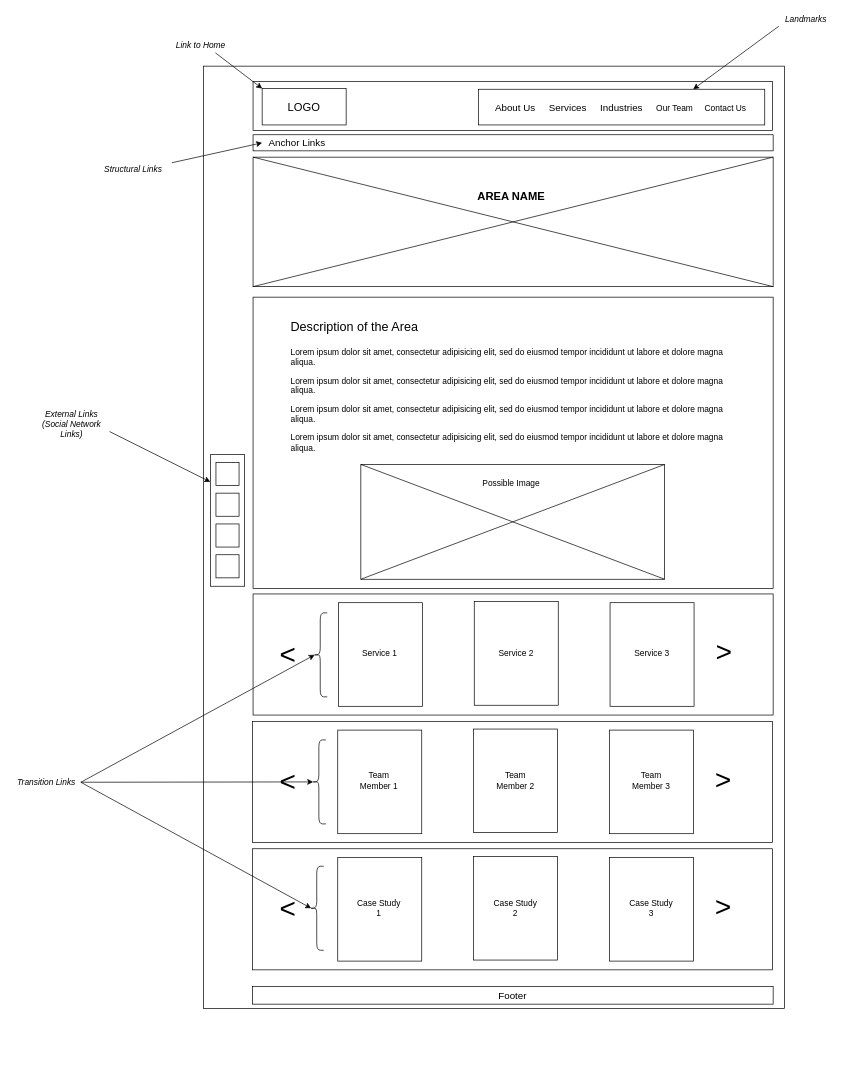
The draw.io diagram Design Documents/Frameworks/Areas.drawio in manzomanze/HypermediaApplicationsProject-Manzella-Messuti-Pelagatti-Pellizzer, before the edit. Source tidied: cells renumbered, new cells numbered last; positions are measured from the earlier drawing's top-left corner, leaving out a move shared by most shapes. Both pictures are drawn from the tidied source at 70%, with x=0, y=0 at pixel (12, 12).
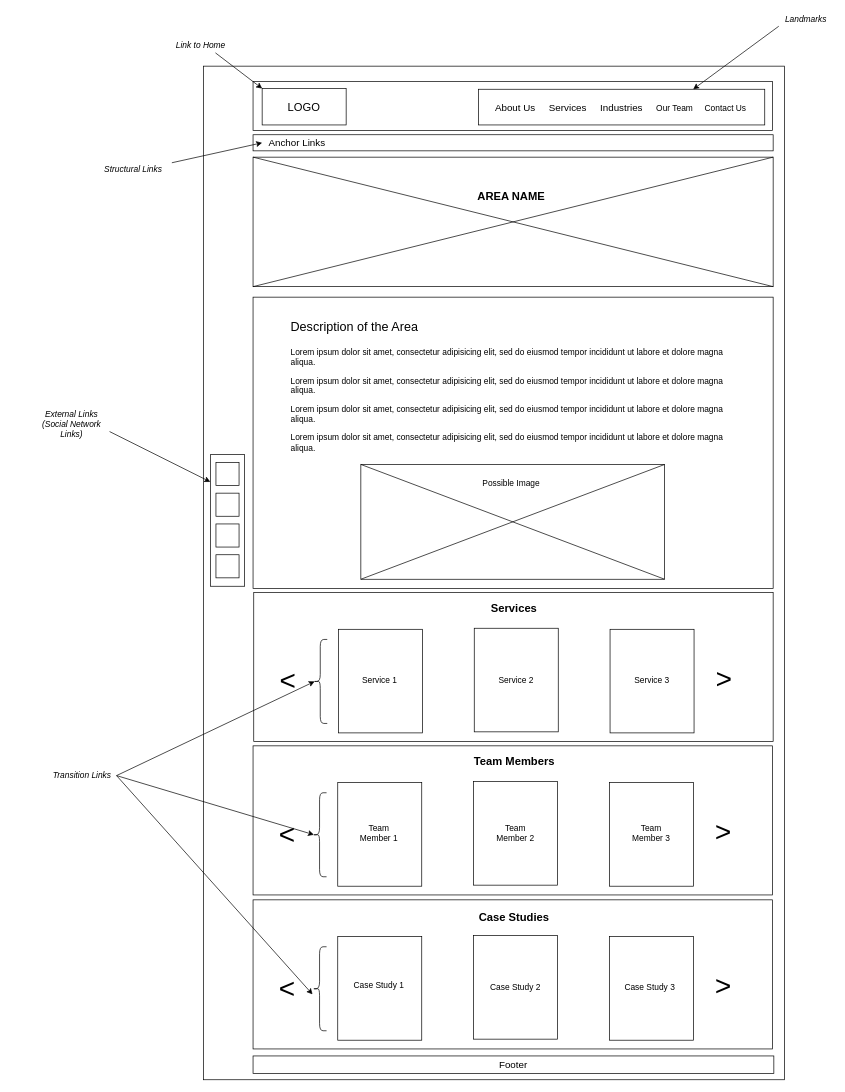
The same diagram, later.

What changed in the source:
```diff
@@
     <mxCell id="2" style="rounded=0;whiteSpace=wrap;html=1;fillColor=none;" parent="1" vertex="1">
-      <mxGeometry x="273" y="77" width="830" height="1346" as="geometry" />
+      <mxGeometry x="273" y="77" width="830" height="1448" as="geometry" />
     </mxCell>
@@
     <mxCell id="25" style="rounded=0;whiteSpace=wrap;html=1;fillColor=none;strokeColor=#000000;" parent="1" vertex="1">
-      <mxGeometry x="344" y="831" width="743" height="173" as="geometry" />
+      <mxGeometry x="345" y="829" width="742" height="213" as="geometry" />
     </mxCell>
     <mxCell id="26" style="rounded=0;whiteSpace=wrap;html=1;fillColor=none;strokeColor=#000000;" parent="1" vertex="1">
-      <mxGeometry x="466" y="843.5" width="120" height="148" as="geometry" />
+      <mxGeometry x="466" y="881.5" width="120" height="148" as="geometry" />
     </mxCell>
     <mxCell id="27" style="rounded=0;whiteSpace=wrap;html=1;fillColor=none;strokeColor=#000000;" parent="1" vertex="1">
-      <mxGeometry x="660" y="842" width="120" height="148" as="geometry" />
+      <mxGeometry x="660" y="880" width="120" height="148" as="geometry" />
     </mxCell>
     <mxCell id="28" style="rounded=0;whiteSpace=wrap;html=1;fillColor=none;strokeColor=#000000;" parent="1" vertex="1">
-      <mxGeometry x="854" y="843.5" width="120" height="148" as="geometry" />
+      <mxGeometry x="854" y="881.5" width="120" height="148" as="geometry" />
     </mxCell>
     <mxCell id="29" value="&lt;font style=&quot;font-size: 40px&quot;&gt;&amp;lt;&lt;/font&gt;" style="text;html=1;strokeColor=none;fillColor=none;align=center;verticalAlign=middle;whiteSpace=wrap;rounded=0;" parent="1" vertex="1">
-      <mxGeometry x="374" y="893.5" width="40" height="45" as="geometry" />
+      <mxGeometry x="374" y="931.5" width="40" height="45" as="geometry" />
     </mxCell>
     <mxCell id="30" value="&lt;font style=&quot;font-size: 40px&quot;&gt;&amp;lt;&lt;/font&gt;" style="text;html=1;strokeColor=none;fillColor=none;align=center;verticalAlign=middle;whiteSpace=wrap;rounded=0;rotation=-180;" parent="1" vertex="1">
-      <mxGeometry x="997" y="895" width="40" height="45" as="geometry" />
+      <mxGeometry x="997" y="933" width="40" height="45" as="geometry" />
     </mxCell>
     <mxCell id="31" value="Service 1" style="text;html=1;strokeColor=none;fillColor=none;align=center;verticalAlign=middle;whiteSpace=wrap;rounded=0;" parent="1" vertex="1">
-      <mxGeometry x="492" y="906" width="66" height="20" as="geometry" />
+      <mxGeometry x="492" y="944" width="66" height="20" as="geometry" />
     </mxCell>
     <mxCell id="32" value="Service 2" style="text;html=1;strokeColor=none;fillColor=none;align=center;verticalAlign=middle;whiteSpace=wrap;rounded=0;" parent="1" vertex="1">
-      <mxGeometry x="687" y="906" width="66" height="20" as="geometry" />
+      <mxGeometry x="687" y="944" width="66" height="20" as="geometry" />
     </mxCell>
     <mxCell id="33" value="Service 3" style="text;html=1;strokeColor=none;fillColor=none;align=center;verticalAlign=middle;whiteSpace=wrap;rounded=0;" parent="1" vertex="1">
-      <mxGeometry x="881" y="906" width="66" height="20" as="geometry" />
+      <mxGeometry x="881" y="944" width="66" height="20" as="geometry" />
     </mxCell>
-    <mxCell id="34" style="group;" parent="1" vertex="1">
-      <mxGeometry x="343" y="1013" width="743" height="173" as="geometry" />
-    </mxCell>
-    <mxCell id="35" style="rounded=0;whiteSpace=wrap;html=1;fillColor=none;strokeColor=#000000;" parent="34" vertex="1">
-      <mxGeometry width="743" height="173" as="geometry" />
-    </mxCell>
-    <mxCell id="36" style="rounded=0;whiteSpace=wrap;html=1;fillColor=none;strokeColor=#000000;" parent="34" vertex="1">
-      <mxGeometry x="122" y="12.5" width="120" height="148" as="geometry" />
-    </mxCell>
-    <mxCell id="37" style="rounded=0;whiteSpace=wrap;html=1;fillColor=none;strokeColor=#000000;" parent="34" vertex="1">
-      <mxGeometry x="316" y="11" width="120" height="148" as="geometry" />
-    </mxCell>
-    <mxCell id="38" style="rounded=0;whiteSpace=wrap;html=1;fillColor=none;strokeColor=#000000;" parent="34" vertex="1">
-      <mxGeometry x="510" y="12.5" width="120" height="148" as="geometry" />
-    </mxCell>
-    <mxCell id="39" value="&lt;font style=&quot;font-size: 40px&quot;&gt;&amp;lt;&lt;/font&gt;" style="text;html=1;strokeColor=none;fillColor=none;align=center;verticalAlign=middle;whiteSpace=wrap;rounded=0;" parent="34" vertex="1">
-      <mxGeometry x="31" y="62.5" width="40" height="45" as="geometry" />
-    </mxCell>
-    <mxCell id="40" value="&lt;font style=&quot;font-size: 40px&quot;&gt;&amp;lt;&lt;/font&gt;" style="text;html=1;strokeColor=none;fillColor=none;align=center;verticalAlign=middle;whiteSpace=wrap;rounded=0;rotation=-180;" parent="34" vertex="1">
-      <mxGeometry x="653" y="64" width="40" height="45" as="geometry" />
-    </mxCell>
-    <mxCell id="41" value="Team Member 1" style="text;html=1;strokeColor=none;fillColor=none;align=center;verticalAlign=middle;whiteSpace=wrap;rounded=0;" parent="34" vertex="1">
-      <mxGeometry x="148" y="75" width="66" height="20" as="geometry" />
-    </mxCell>
-    <mxCell id="42" value="Team Member 2" style="text;html=1;strokeColor=none;fillColor=none;align=center;verticalAlign=middle;whiteSpace=wrap;rounded=0;" parent="34" vertex="1">
-      <mxGeometry x="343" y="75" width="66" height="20" as="geometry" />
-    </mxCell>
-    <mxCell id="43" value="Team Member 3" style="text;html=1;strokeColor=none;fillColor=none;align=center;verticalAlign=middle;whiteSpace=wrap;rounded=0;" parent="34" vertex="1">
-      <mxGeometry x="537" y="75" width="66" height="20" as="geometry" />
-    </mxCell>
-    <mxCell id="44" style="shape=curlyBracket;whiteSpace=wrap;html=1;rounded=1;strokeColor=#000000;fillColor=none;" parent="34" vertex="1">
-      <mxGeometry x="85" y="26.5" width="20" height="120" as="geometry" />
-    </mxCell>
-    <mxCell id="45" style="group;" parent="1" vertex="1">
-      <mxGeometry x="343" y="1195" width="743" height="173" as="geometry" />
-    </mxCell>
-    <mxCell id="46" style="rounded=0;whiteSpace=wrap;html=1;fillColor=none;strokeColor=#000000;" parent="45" vertex="1">
-      <mxGeometry width="743" height="173" as="geometry" />
-    </mxCell>
-    <mxCell id="47" style="rounded=0;whiteSpace=wrap;html=1;fillColor=none;strokeColor=#000000;" parent="45" vertex="1">
-      <mxGeometry x="122" y="12.5" width="120" height="148" as="geometry" />
-    </mxCell>
-    <mxCell id="48" style="rounded=0;whiteSpace=wrap;html=1;fillColor=none;strokeColor=#000000;" parent="45" vertex="1">
-      <mxGeometry x="316" y="11" width="120" height="148" as="geometry" />
-    </mxCell>
-    <mxCell id="49" style="rounded=0;whiteSpace=wrap;html=1;fillColor=none;strokeColor=#000000;" parent="45" vertex="1">
-      <mxGeometry x="510" y="12.5" width="120" height="148" as="geometry" />
-    </mxCell>
-    <mxCell id="50" value="&lt;font style=&quot;font-size: 40px&quot;&gt;&amp;lt;&lt;/font&gt;" style="text;html=1;strokeColor=none;fillColor=none;align=center;verticalAlign=middle;whiteSpace=wrap;rounded=0;" parent="45" vertex="1">
-      <mxGeometry x="31" y="62.5" width="40" height="45" as="geometry" />
-    </mxCell>
-    <mxCell id="51" value="&lt;font style=&quot;font-size: 40px&quot;&gt;&amp;lt;&lt;/font&gt;" style="text;html=1;strokeColor=none;fillColor=none;align=center;verticalAlign=middle;whiteSpace=wrap;rounded=0;rotation=-180;" parent="45" vertex="1">
-      <mxGeometry x="653" y="64" width="40" height="45" as="geometry" />
-    </mxCell>
-    <mxCell id="52" value="Case Study 1" style="text;html=1;strokeColor=none;fillColor=none;align=center;verticalAlign=middle;whiteSpace=wrap;rounded=0;" parent="45" vertex="1">
-      <mxGeometry x="148" y="75" width="66" height="20" as="geometry" />
-    </mxCell>
-    <mxCell id="53" value="Case Study 2" style="text;html=1;strokeColor=none;fillColor=none;align=center;verticalAlign=middle;whiteSpace=wrap;rounded=0;" parent="45" vertex="1">
-      <mxGeometry x="343" y="75" width="66" height="20" as="geometry" />
-    </mxCell>
-    <mxCell id="54" value="&lt;div&gt;Case Study 3&lt;/div&gt;" style="text;html=1;strokeColor=none;fillColor=none;align=center;verticalAlign=middle;whiteSpace=wrap;rounded=0;" parent="45" vertex="1">
-      <mxGeometry x="537" y="75" width="66" height="20" as="geometry" />
-    </mxCell>
-    <mxCell id="55" style="shape=curlyBracket;whiteSpace=wrap;html=1;rounded=1;strokeColor=#000000;fillColor=none;" parent="45" vertex="1">
-      <mxGeometry x="82" y="25" width="20" height="120" as="geometry" />
-    </mxCell>
     <mxCell id="56" value="&lt;font style=&quot;font-size: 14px&quot;&gt;Footer&lt;/font&gt;" style="rounded=0;whiteSpace=wrap;html=1;strokeColor=#000000;fillColor=none;" parent="1" vertex="1">
-      <mxGeometry x="343" y="1392" width="744" height="25" as="geometry" />
+      <mxGeometry x="344" y="1491" width="744" height="25" as="geometry" />
     </mxCell>
@@
     <mxCell id="64" style="shape=curlyBracket;whiteSpace=wrap;html=1;rounded=1;strokeColor=#000000;fillColor=none;" parent="1" vertex="1">
-      <mxGeometry x="430" y="858" width="20" height="120" as="geometry" />
+      <mxGeometry x="430" y="896" width="20" height="120" as="geometry" />
     </mxCell>
     <mxCell id="65" value="&lt;i&gt;Transition Links&lt;/i&gt;" style="text;html=1;strokeColor=none;fillColor=none;align=center;verticalAlign=middle;whiteSpace=wrap;rounded=0;" parent="1" vertex="1">
-      <mxGeometry y="1090" width="98" height="20" as="geometry" />
+      <mxGeometry x="51" y="1080.5" width="98" height="20" as="geometry" />
     </mxCell>
@@
-    <mxCell id="67" style="endArrow=classic;html=1;exitX=1;exitY=0.5;exitDx=0;exitDy=0;entryX=0.1;entryY=0.5;entryDx=0;entryDy=0;entryPerimeter=0;" parent="1" edge="1" source="65" target="44">
-      <mxGeometry relative="1" as="geometry" />
-    </mxCell>
-    <mxCell id="68" style="endArrow=classic;html=1;exitX=1;exitY=0.5;exitDx=0;exitDy=0;entryX=0.1;entryY=0.5;entryDx=0;entryDy=0;entryPerimeter=0;" parent="1" edge="1" source="65" target="55">
-      <mxGeometry relative="1" as="geometry" />
+    <mxCell id="68" style="endArrow=classic;html=1;exitX=1;exitY=0.5;exitDx=0;exitDy=0;entryX=0.1;entryY=0.5;entryDx=0;entryDy=0;entryPerimeter=0;" parent="1" edge="1" source="65">
+      <mxGeometry relative="1" as="geometry">
+        <mxPoint x="429" y="1403" as="targetPoint" />
+      </mxGeometry>
     </mxCell>
+    <mxCell id="69" value="&lt;div&gt;&lt;b&gt;&lt;font style=&quot;font-size: 16px&quot;&gt;Services&lt;/font&gt;&lt;/b&gt;&lt;br&gt;&lt;/div&gt;" style="text;html=1;strokeColor=none;fillColor=none;align=center;verticalAlign=middle;whiteSpace=wrap;rounded=0;" parent="1" vertex="1">
+      <mxGeometry x="697" y="841" width="40" height="20" as="geometry" />
+    </mxCell>
+    <mxCell id="70" style="rounded=0;whiteSpace=wrap;html=1;fillColor=none;strokeColor=#000000;" parent="1" vertex="1">
+      <mxGeometry x="344" y="1048" width="742" height="213" as="geometry" />
+    </mxCell>
+    <mxCell id="71" style="rounded=0;whiteSpace=wrap;html=1;fillColor=none;strokeColor=#000000;" parent="1" vertex="1">
+      <mxGeometry x="465" y="1100.5" width="120" height="148" as="geometry" />
+    </mxCell>
+    <mxCell id="72" style="rounded=0;whiteSpace=wrap;html=1;fillColor=none;strokeColor=#000000;" parent="1" vertex="1">
+      <mxGeometry x="659" y="1099" width="120" height="148" as="geometry" />
+    </mxCell>
+    <mxCell id="73" style="rounded=0;whiteSpace=wrap;html=1;fillColor=none;strokeColor=#000000;" parent="1" vertex="1">
+      <mxGeometry x="853" y="1100.5" width="120" height="148" as="geometry" />
+    </mxCell>
+    <mxCell id="74" value="&lt;font style=&quot;font-size: 40px&quot;&gt;&amp;lt;&lt;/font&gt;" style="text;html=1;strokeColor=none;fillColor=none;align=center;verticalAlign=middle;whiteSpace=wrap;rounded=0;" parent="1" vertex="1">
+      <mxGeometry x="373" y="1150.5" width="40" height="45" as="geometry" />
+    </mxCell>
+    <mxCell id="75" value="&lt;font style=&quot;font-size: 40px&quot;&gt;&amp;lt;&lt;/font&gt;" style="text;html=1;strokeColor=none;fillColor=none;align=center;verticalAlign=middle;whiteSpace=wrap;rounded=0;rotation=-180;" parent="1" vertex="1">
+      <mxGeometry x="996" y="1152" width="40" height="45" as="geometry" />
+    </mxCell>
+    <mxCell id="41" value="Team Member 1" style="text;html=1;strokeColor=none;fillColor=none;align=center;verticalAlign=middle;whiteSpace=wrap;rounded=0;" parent="1" vertex="1">
+      <mxGeometry x="491" y="1163" width="66" height="20" as="geometry" />
+    </mxCell>
+    <mxCell id="42" value="Team Member 2" style="text;html=1;strokeColor=none;fillColor=none;align=center;verticalAlign=middle;whiteSpace=wrap;rounded=0;" parent="1" vertex="1">
+      <mxGeometry x="686" y="1163" width="66" height="20" as="geometry" />
+    </mxCell>
+    <mxCell id="43" value="Team Member 3" style="text;html=1;strokeColor=none;fillColor=none;align=center;verticalAlign=middle;whiteSpace=wrap;rounded=0;" parent="1" vertex="1">
+      <mxGeometry x="880" y="1163" width="66" height="20" as="geometry" />
+    </mxCell>
+    <mxCell id="76" style="shape=curlyBracket;whiteSpace=wrap;html=1;rounded=1;strokeColor=#000000;fillColor=none;" parent="1" vertex="1">
+      <mxGeometry x="429" y="1115" width="20" height="120" as="geometry" />
+    </mxCell>
+    <mxCell id="77" value="&lt;font size=&quot;1&quot;&gt;&lt;b style=&quot;font-size: 16px&quot;&gt;Team Members&lt;/b&gt;&lt;/font&gt;" style="text;html=1;strokeColor=none;fillColor=none;align=center;verticalAlign=middle;whiteSpace=wrap;rounded=0;" parent="1" vertex="1">
+      <mxGeometry x="655" y="1060" width="125" height="20" as="geometry" />
+    </mxCell>
+    <mxCell id="78" style="rounded=0;whiteSpace=wrap;html=1;fillColor=none;strokeColor=#000000;" parent="1" vertex="1">
+      <mxGeometry x="344" y="1268" width="742" height="213" as="geometry" />
+    </mxCell>
+    <mxCell id="79" style="rounded=0;whiteSpace=wrap;html=1;fillColor=none;strokeColor=#000000;" parent="1" vertex="1">
+      <mxGeometry x="465" y="1320.5" width="120" height="148" as="geometry" />
+    </mxCell>
+    <mxCell id="80" style="rounded=0;whiteSpace=wrap;html=1;fillColor=none;strokeColor=#000000;" parent="1" vertex="1">
+      <mxGeometry x="659" y="1319" width="120" height="148" as="geometry" />
+    </mxCell>
+    <mxCell id="81" style="rounded=0;whiteSpace=wrap;html=1;fillColor=none;strokeColor=#000000;" parent="1" vertex="1">
+      <mxGeometry x="853" y="1320.5" width="120" height="148" as="geometry" />
+    </mxCell>
+    <mxCell id="82" value="&lt;font style=&quot;font-size: 40px&quot;&gt;&amp;lt;&lt;/font&gt;" style="text;html=1;strokeColor=none;fillColor=none;align=center;verticalAlign=middle;whiteSpace=wrap;rounded=0;" parent="1" vertex="1">
+      <mxGeometry x="373" y="1370.5" width="40" height="45" as="geometry" />
+    </mxCell>
+    <mxCell id="83" value="&lt;font style=&quot;font-size: 40px&quot;&gt;&amp;lt;&lt;/font&gt;" style="text;html=1;strokeColor=none;fillColor=none;align=center;verticalAlign=middle;whiteSpace=wrap;rounded=0;rotation=-180;" parent="1" vertex="1">
+      <mxGeometry x="996" y="1372" width="40" height="45" as="geometry" />
+    </mxCell>
+    <mxCell id="52" value="Case Study 1" style="text;html=1;strokeColor=none;fillColor=none;align=center;verticalAlign=middle;whiteSpace=wrap;rounded=0;" parent="1" vertex="1">
+      <mxGeometry x="486" y="1380" width="76" height="20" as="geometry" />
+    </mxCell>
+    <mxCell id="53" value="Case Study 2" style="text;html=1;strokeColor=none;fillColor=none;align=center;verticalAlign=middle;whiteSpace=wrap;rounded=0;" parent="1" vertex="1">
+      <mxGeometry x="681" y="1383" width="76" height="20" as="geometry" />
+    </mxCell>
+    <mxCell id="54" value="Case Study 3" style="text;html=1;strokeColor=none;fillColor=none;align=center;verticalAlign=middle;whiteSpace=wrap;rounded=0;" parent="1" vertex="1">
+      <mxGeometry x="873" y="1383" width="76" height="20" as="geometry" />
+    </mxCell>
+    <mxCell id="84" style="shape=curlyBracket;whiteSpace=wrap;html=1;rounded=1;strokeColor=#000000;fillColor=none;" parent="1" vertex="1">
+      <mxGeometry x="429" y="1335" width="20" height="120" as="geometry" />
+    </mxCell>
+    <mxCell id="85" value="&lt;font size=&quot;1&quot;&gt;&lt;b style=&quot;font-size: 16px&quot;&gt;Case Studies&lt;/b&gt;&lt;/font&gt;" style="text;html=1;strokeColor=none;fillColor=none;align=center;verticalAlign=middle;whiteSpace=wrap;rounded=0;" parent="1" vertex="1">
+      <mxGeometry x="662" y="1282" width="110" height="20" as="geometry" />
+    </mxCell>
+    <mxCell id="86" style="endArrow=classic;html=1;exitX=1;exitY=0.5;exitDx=0;exitDy=0;entryX=0.1;entryY=0.5;entryDx=0;entryDy=0;entryPerimeter=0;" parent="1" edge="1" source="65" target="76">
+      <mxGeometry relative="1" as="geometry" />
+    </mxCell>
```
